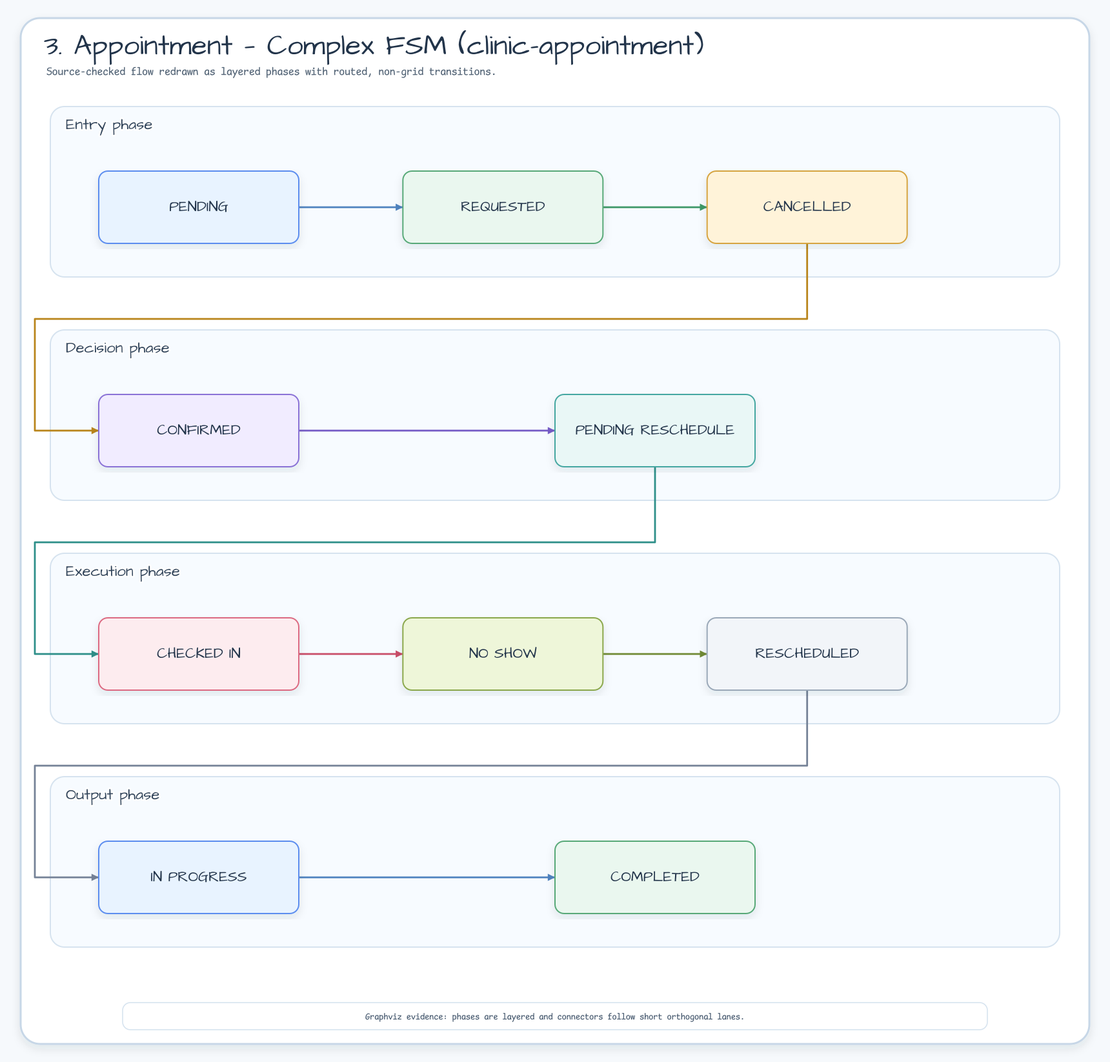
This is docs/images/readme-diagrams/utils-states-diagram-06.png from bluetape4k/bluetape4k-projects, a Graphviz export, as it was before one commit. Its source is kept beside it as docs/images/readme-diagrams/utils-states-diagram-06.dot. Source of this version:
```dot
digraph G {
  graph [layout=neato, splines=ortho, outputorder=edgesfirst, label="utils-states-diagram-06 flow evidence", labelloc=t, fontsize=18, fontname="Comic Mono"];
  node [shape=box, style="rounded,filled", fillcolor="#F7FBFF", color="#9AA8B8", fontname="Comic Mono", fontsize=10, margin="0.10,0.08"];
  edge [color="#758297", arrowsize=0.65, penwidth=1.6];
  node_0_0 [label="PENDING", pos="4.278,-4.458!", width="4.306", height="1.556"];
  node_0_1 [label="REQUESTED", pos="10.824,-4.458!", width="4.306", height="1.556"];
  node_0_2 [label="CANCELLED", pos="17.371,-4.458!", width="4.306", height="1.556"];
  node_1_0 [label="CONFIRMED", pos="4.278,-9.264!", width="4.306", height="1.556"];
  node_1_1 [label="PENDING RESCHEDULE", pos="14.097,-9.264!", width="4.306", height="1.556"];
  node_2_0 [label="CHECKED IN", pos="4.278,-14.069!", width="4.306", height="1.556"];
  node_2_1 [label="NO SHOW", pos="10.824,-14.069!", width="4.306", height="1.556"];
  node_2_2 [label="RESCHEDULED", pos="17.371,-14.069!", width="4.306", height="1.556"];
  node_3_0 [label="IN PROGRESS", pos="4.278,-18.875!", width="4.306", height="1.556"];
  node_3_1 [label="COMPLETED", pos="14.097,-18.875!", width="4.306", height="1.556"];
  node_0_0 -> node_0_1;
  node_0_1 -> node_0_2;
  node_0_2 -> node_1_0;
  node_1_0 -> node_1_1;
  node_1_1 -> node_2_0;
  node_2_0 -> node_2_1;
  node_2_1 -> node_2_2;
  node_2_2 -> node_3_0;
  node_3_0 -> node_3_1;
}
```
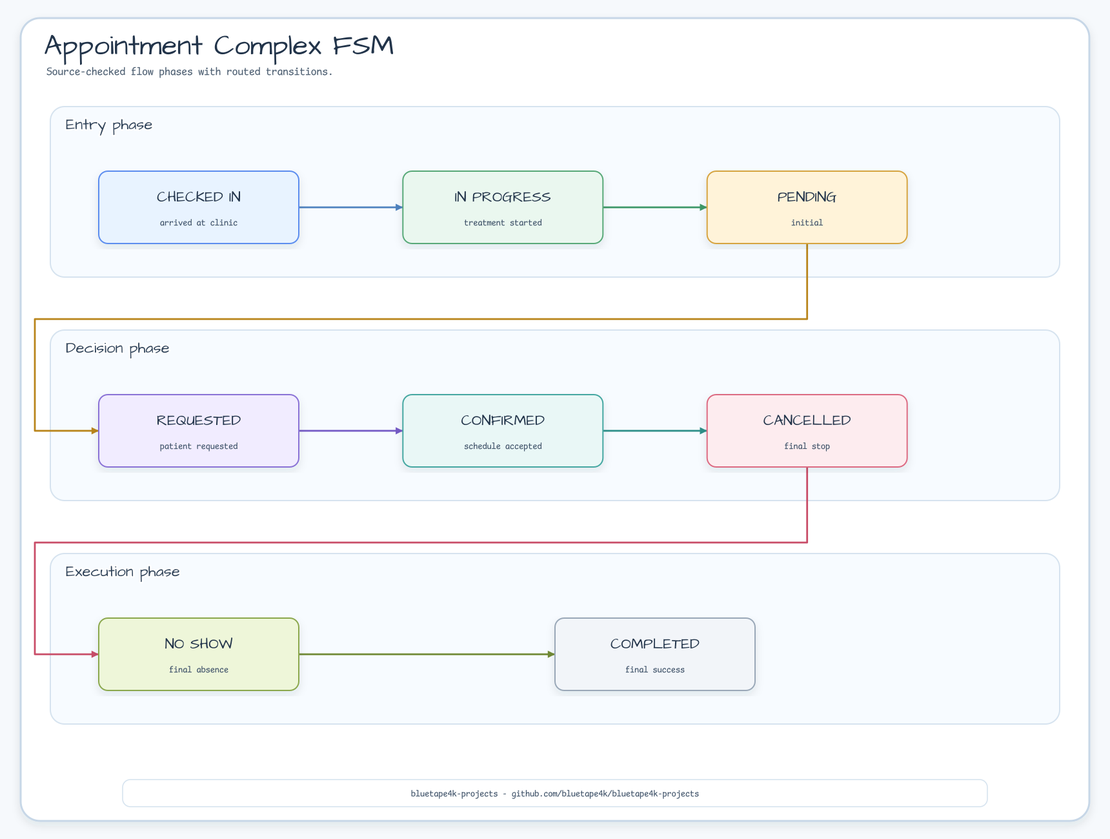
After the change.

Change to the diagram source:
```diff
@@ -1,24 +1,23 @@
 digraph G {
-  graph [layout=neato, splines=ortho, outputorder=edgesfirst, label="utils-states-diagram-06 flow evidence", labelloc=t, fontsize=18, fontname="Comic Mono"];
-  node [shape=box, style="rounded,filled", fillcolor="#F7FBFF", color="#9AA8B8", fontname="Comic Mono", fontsize=10, margin="0.10,0.08"];
-  edge [color="#758297", arrowsize=0.65, penwidth=1.6];
-  node_0_0 [label="PENDING", pos="4.278,-4.458!", width="4.306", height="1.556"];
-  node_0_1 [label="REQUESTED", pos="10.824,-4.458!", width="4.306", height="1.556"];
-  node_0_2 [label="CANCELLED", pos="17.371,-4.458!", width="4.306", height="1.556"];
-  node_1_0 [label="CONFIRMED", pos="4.278,-9.264!", width="4.306", height="1.556"];
-  node_1_1 [label="PENDING RESCHEDULE", pos="14.097,-9.264!", width="4.306", height="1.556"];
-  node_2_0 [label="CHECKED IN", pos="4.278,-14.069!", width="4.306", height="1.556"];
-  node_2_1 [label="NO SHOW", pos="10.824,-14.069!", width="4.306", height="1.556"];
-  node_2_2 [label="RESCHEDULED", pos="17.371,-14.069!", width="4.306", height="1.556"];
-  node_3_0 [label="IN PROGRESS", pos="4.278,-18.875!", width="4.306", height="1.556"];
-  node_3_1 [label="COMPLETED", pos="14.097,-18.875!", width="4.306", height="1.556"];
-  node_0_0 -> node_0_1;
-  node_0_1 -> node_0_2;
-  node_0_2 -> node_1_0;
-  node_1_0 -> node_1_1;
-  node_1_1 -> node_2_0;
-  node_2_0 -> node_2_1;
-  node_2_1 -> node_2_2;
-  node_2_2 -> node_3_0;
-  node_3_0 -> node_3_1;
+  graph [rankdir=LR, splines=ortho, nodesep=0.7, ranksep=0.85, fontname="Comic Mono", label="Appointment Complex FSM"];
+  node [shape=box, style="rounded,filled", fontname="Architects Daughter", fontsize=18, color="#D7E2EC", fillcolor="#F7FAFC"];
+  edge [fontname="Comic Mono", fontsize=11, color="#56708C", arrowsize=0.8];
+  "PENDING";
+  "REQUESTED";
+  "CONFIRMED";
+  "CHECKED_IN";
+  "IN_PROGRESS";
+  "COMPLETED";
+  "CANCELLED";
+  "NO_SHOW";
+  "PENDING" -> "REQUESTED" [label="Request"];
+  "REQUESTED" -> "CONFIRMED" [label="Confirm"];
+  "CONFIRMED" -> "CHECKED_IN" [label="CheckIn"];
+  "CHECKED_IN" -> "IN_PROGRESS" [label="StartTreatment"];
+  "IN_PROGRESS" -> "COMPLETED" [label="Complete"];
+  "PENDING" -> "CANCELLED" [label="Cancel"];
+  "REQUESTED" -> "CANCELLED" [label="Cancel"];
+  "CONFIRMED" -> "CANCELLED" [label="Cancel"];
+  "CHECKED_IN" -> "CANCELLED" [label="Cancel"];
+  "CONFIRMED" -> "NO_SHOW" [label="MarkNoShow"];
 }
```
